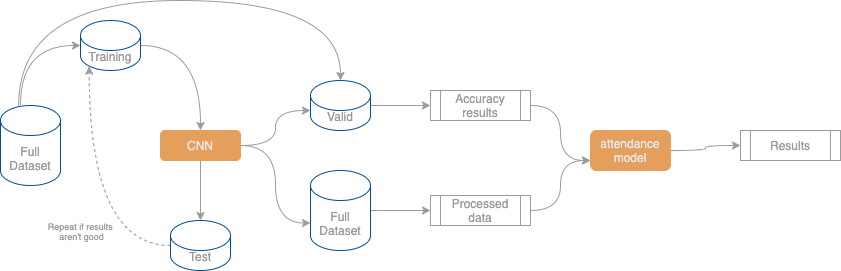
Earlier version of the draw.io export documents/flow.drawio.png (robert-sipho/pefa_nest-cam). Source tidied: cells renumbered, new cells last; positions are measured from the earlier drawing's top-left corner, leaving out a move shared by most shapes.
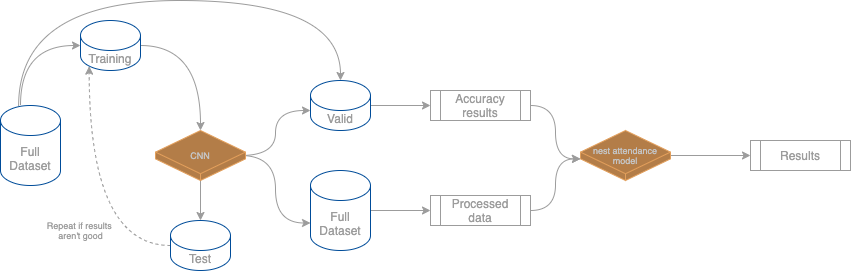
After the change.

The edit, as a diff of the source:
```diff
@@ -20,7 +20,7 @@
     <mxCell id="4" value="Full Dataset" style="shape=cylinder3;whiteSpace=wrap;html=1;boundedLbl=1;backgroundOutline=1;size=15;rounded=0;sketch=0;fontColor=#9C9C9C;fillColor=none;strokeColor=#004C99;" parent="1" vertex="1">
       <mxGeometry y="105" width="60" height="80" as="geometry" />
     </mxCell>
-    <mxCell id="5" style="edgeStyle=orthogonalEdgeStyle;curved=1;sketch=0;jettySize=auto;html=1;entryX=0.5;entryY=0;entryDx=0;entryDy=0;strokeColor=#9C9C9C;fontColor=#9C9C9C;" parent="1" edge="1" source="6" target="10">
+    <mxCell id="5" style="edgeStyle=orthogonalEdgeStyle;curved=1;sketch=0;jettySize=auto;html=1;entryX=0.5;entryY=0;entryDx=0;entryDy=0;strokeColor=#9C9C9C;fontColor=#9C9C9C;entryPerimeter=0;" parent="1" edge="1" source="6" target="10">
       <mxGeometry relative="1" as="geometry">
         <Array as="points">
           <mxPoint x="200" y="45" />
@@ -30,18 +30,21 @@
     <mxCell id="6" value="Training" style="shape=cylinder3;whiteSpace=wrap;html=1;boundedLbl=1;backgroundOutline=1;size=15;rounded=0;sketch=0;fontColor=#9C9C9C;fillColor=none;strokeColor=#004C99;" parent="1" vertex="1">
       <mxGeometry x="80" y="20" width="60" height="50" as="geometry" />
     </mxCell>
-    <mxCell id="7" style="edgeStyle=orthogonalEdgeStyle;curved=1;sketch=0;jettySize=auto;html=1;entryX=0.5;entryY=0;entryDx=0;entryDy=0;entryPerimeter=0;strokeColor=#9C9C9C;fontColor=#9C9C9C;" parent="1" edge="1" source="10" target="13">
-      <mxGeometry relative="1" as="geometry" />
+    <mxCell id="7" style="edgeStyle=orthogonalEdgeStyle;curved=1;sketch=0;jettySize=auto;html=1;entryX=0.5;entryY=0;entryDx=0;entryDy=0;entryPerimeter=0;strokeColor=#9C9C9C;fontColor=#9C9C9C;" parent="1" edge="1" target="13">
+      <mxGeometry relative="1" as="geometry">
+        <mxPoint x="200" y="170" as="sourcePoint" />
+      </mxGeometry>
     </mxCell>
-    <mxCell id="8" style="edgeStyle=orthogonalEdgeStyle;curved=1;sketch=0;jettySize=auto;html=1;entryX=0;entryY=0;entryDx=0;entryDy=52.5;entryPerimeter=0;strokeColor=#9C9C9C;fontColor=#9C9C9C;" parent="1" edge="1" source="10" target="15">
-      <mxGeometry relative="1" as="geometry" />
+    <mxCell id="8" style="edgeStyle=orthogonalEdgeStyle;curved=1;sketch=0;jettySize=auto;html=1;entryX=0;entryY=0;entryDx=0;entryDy=52.5;entryPerimeter=0;strokeColor=#9C9C9C;fontColor=#9C9C9C;" parent="1" edge="1" target="15">
+      <mxGeometry relative="1" as="geometry">
+        <mxPoint x="240" y="155" as="sourcePoint" />
+      </mxGeometry>
     </mxCell>
-    <mxCell id="9" style="edgeStyle=orthogonalEdgeStyle;curved=1;sketch=0;jettySize=auto;html=1;entryX=0;entryY=0;entryDx=0;entryDy=30;entryPerimeter=0;strokeColor=#9C9C9C;fontColor=#9C9C9C;" parent="1" edge="1" source="10" target="17">
-      <mxGeometry relative="1" as="geometry" />
+    <mxCell id="9" style="edgeStyle=orthogonalEdgeStyle;curved=1;sketch=0;jettySize=auto;html=1;entryX=0;entryY=0;entryDx=0;entryDy=30;entryPerimeter=0;strokeColor=#9C9C9C;fontColor=#9C9C9C;" parent="1" edge="1" target="17">
+      <mxGeometry relative="1" as="geometry">
+        <mxPoint x="240" y="155" as="sourcePoint" />
+      </mxGeometry>
     </mxCell>
-    <mxCell id="10" value="CNN" style="rounded=1;whiteSpace=wrap;html=1;sketch=0;fontColor=#E6E6E6;fillColor=#E39F5B;strokeColor=#E39F5B;" parent="1" vertex="1">
-      <mxGeometry x="160" y="130" width="80" height="30" as="geometry" />
-    </mxCell>
     <mxCell id="11" style="edgeStyle=orthogonalEdgeStyle;curved=1;sketch=0;jettySize=auto;html=1;entryX=0.145;entryY=1;entryDx=0;entryDy=-4.35;entryPerimeter=0;strokeColor=#9C9C9C;fontColor=#9C9C9C;dashed=1;" parent="1" edge="1" source="13" target="6">
       <mxGeometry relative="1" as="geometry" />
     </mxCell>
@@ -65,26 +68,29 @@
     <mxCell id="17" value="Valid" style="shape=cylinder3;whiteSpace=wrap;html=1;boundedLbl=1;backgroundOutline=1;size=15;rounded=0;sketch=0;fontColor=#9C9C9C;fillColor=none;strokeColor=#004C99;" parent="1" vertex="1">
       <mxGeometry x="310" y="80" width="60" height="50" as="geometry" />
     </mxCell>
-    <mxCell id="18" style="edgeStyle=orthogonalEdgeStyle;sketch=0;jettySize=auto;html=1;entryX=0;entryY=0.75;entryDx=0;entryDy=0;strokeColor=#9C9C9C;fontColor=#9C9C9C;curved=1;" parent="1" edge="1" source="19" target="23">
-      <mxGeometry relative="1" as="geometry" />
-    </mxCell>
+    <mxCell id="25" style="edgeStyle=orthogonalEdgeStyle;curved=1;sketch=0;jettySize=auto;html=1;entryX=0;entryY=0;entryDx=0;entryDy=28.39291168278956;entryPerimeter=0;strokeColor=#9C9C9C;fontSize=9;fontColor=#C4C4C4;" parent="1" edge="1" source="19" target="28">
+      <mxGeometry relative="1" as="geometry" />
+    </mxCell>
     <mxCell id="19" value="Accuracy results" style="shape=process;whiteSpace=wrap;html=1;backgroundOutline=1;rounded=0;sketch=0;strokeColor=#9C9C9C;fillColor=none;fontColor=#9C9C9C;" parent="1" vertex="1">
       <mxGeometry x="430" y="90" width="100" height="30" as="geometry" />
     </mxCell>
-    <mxCell id="20" style="edgeStyle=orthogonalEdgeStyle;curved=1;sketch=0;jettySize=auto;html=1;entryX=0;entryY=0.75;entryDx=0;entryDy=0;strokeColor=#9C9C9C;fontColor=#9C9C9C;" parent="1" edge="1" source="21" target="23">
-      <mxGeometry relative="1" as="geometry" />
-    </mxCell>
+    <mxCell id="26" style="edgeStyle=orthogonalEdgeStyle;curved=1;sketch=0;jettySize=auto;html=1;entryX=0;entryY=0;entryDx=0;entryDy=28.39291168278956;entryPerimeter=0;strokeColor=#9C9C9C;fontSize=9;fontColor=#C4C4C4;" parent="1" edge="1" source="21" target="28">
+      <mxGeometry relative="1" as="geometry" />
+    </mxCell>
     <mxCell id="21" value="Processed data" style="shape=process;whiteSpace=wrap;html=1;backgroundOutline=1;rounded=0;sketch=0;strokeColor=#9C9C9C;fillColor=none;fontColor=#9C9C9C;" parent="1" vertex="1">
       <mxGeometry x="430" y="195" width="100" height="30" as="geometry" />
     </mxCell>
-    <mxCell id="22" style="edgeStyle=orthogonalEdgeStyle;curved=1;sketch=0;jettySize=auto;html=1;strokeColor=#9C9C9C;fontColor=#9C9C9C;" parent="1" edge="1" source="23" target="24">
-      <mxGeometry relative="1" as="geometry" />
-    </mxCell>
-    <mxCell id="23" value="attendance model" style="rounded=1;whiteSpace=wrap;html=1;sketch=0;strokeColor=#E39F5B;fillColor=#E39F5B;fontColor=#E6E6E6;" parent="1" vertex="1">
-      <mxGeometry x="590" y="130" width="80" height="40" as="geometry" />
-    </mxCell>
     <mxCell id="24" value="Results" style="shape=process;whiteSpace=wrap;html=1;backgroundOutline=1;rounded=0;sketch=0;strokeColor=#9C9C9C;fillColor=none;fontColor=#9C9C9C;" parent="1" vertex="1">
-      <mxGeometry x="740" y="130" width="100" height="30" as="geometry" />
+      <mxGeometry x="750" y="140" width="100" height="30" as="geometry" />
     </mxCell>
+    <mxCell id="10" value="CNN" style="html=1;whiteSpace=wrap;shape=isoCube2;backgroundOutline=1;isoAngle=15;rounded=0;labelBackgroundColor=none;sketch=0;strokeColor=#E39F5B;fillColor=#B37D48;fontSize=9;fontColor=#C4C4C4;" parent="1" vertex="1">
+      <mxGeometry x="155" y="130" width="90" height="50" as="geometry" />
+    </mxCell>
+    <mxCell id="27" style="edgeStyle=orthogonalEdgeStyle;curved=1;sketch=0;jettySize=auto;html=1;entryX=0;entryY=0.5;entryDx=0;entryDy=0;strokeColor=#9C9C9C;fontSize=9;fontColor=#C4C4C4;" parent="1" edge="1" source="28" target="24">
+      <mxGeometry relative="1" as="geometry" />
+    </mxCell>
+    <mxCell id="28" value="nest attendance&lt;br&gt;model" style="html=1;whiteSpace=wrap;shape=isoCube2;backgroundOutline=1;isoAngle=15;rounded=0;labelBackgroundColor=none;sketch=0;strokeColor=#E39F5B;fillColor=#B37D48;fontSize=9;fontColor=#C4C4C4;" parent="1" vertex="1">
+      <mxGeometry x="580" y="130" width="90" height="50" as="geometry" />
+    </mxCell>
   </root>
 </mxGraphModel>
```
